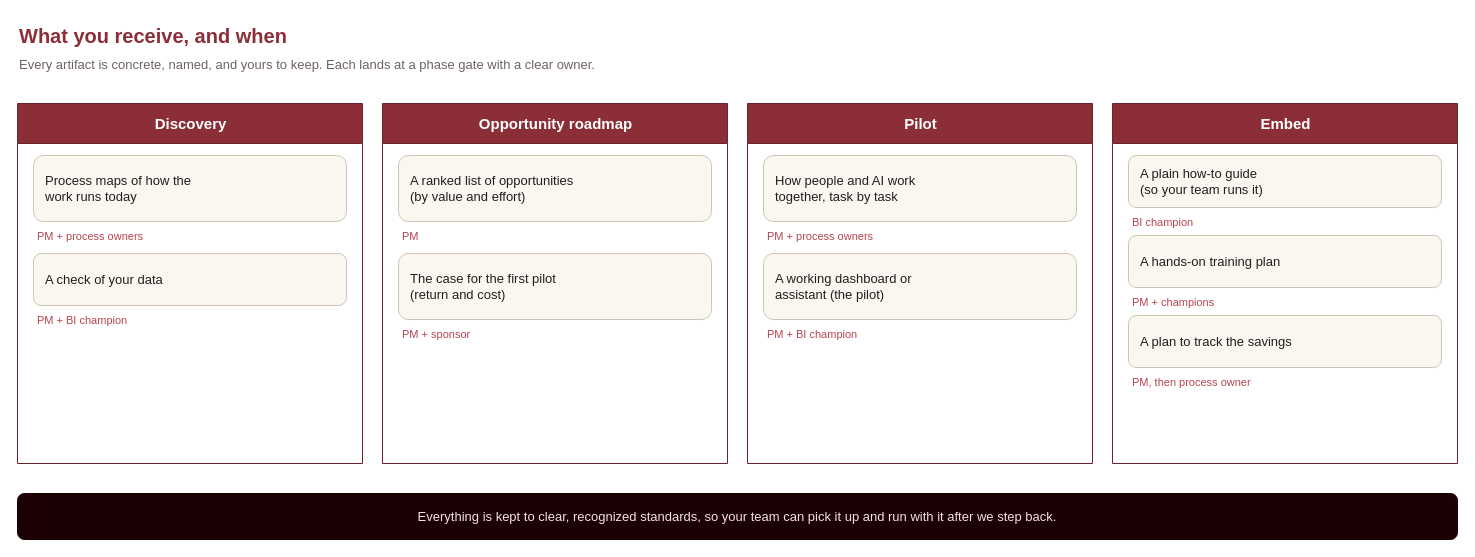
This is diagrams/7-deliverables.drawio from ademczuk/top-spirit-delivery, a draw.io file, before an edit. Source tidied: cells renumbered, new cells numbered last; positions are measured from the earlier drawing's top-left corner, leaving out a move shared by most shapes. Both pictures are drawn from the tidied source at 100%, with x=0, y=0 at pixel (17, 17).
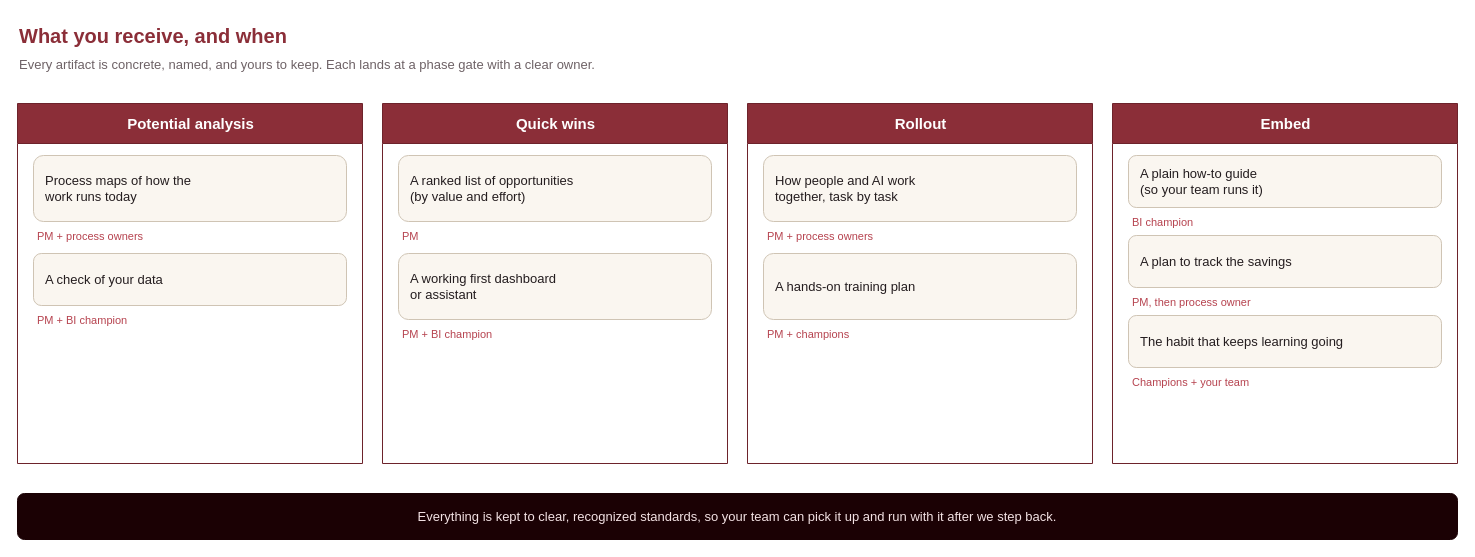
The same page after the edit.

The change refers to these unchanged cells:
```xml
<mxCell id="19" value="Embed" style="swimlane;html=1;startSize=40;fillColor=#8b2e38;swimlaneFillColor=#ffffff;strokeColor=#6d232b;fontColor=#ffffff;fontSize=15;fontStyle=1;align=center;" parent="1" vertex="1">
  <mxGeometry x="1095" y="86" width="345" height="360" as="geometry" />
</mxCell>
```

What changed in the source:
```diff
@@
-    <mxCell id="4" value="Discovery" style="swimlane;html=1;startSize=40;fillColor=#8b2e38;swimlaneFillColor=#ffffff;strokeColor=#6d232b;fontColor=#ffffff;fontSize=15;fontStyle=1;align=center;" parent="1" vertex="1">
+    <mxCell id="4" value="Potential analysis" style="swimlane;html=1;startSize=40;fillColor=#8b2e38;swimlaneFillColor=#ffffff;strokeColor=#6d232b;fontColor=#ffffff;fontSize=15;fontStyle=1;align=center;" parent="1" vertex="1">
       <mxGeometry y="86" width="345" height="360" as="geometry" />
     </mxCell>
@@
-    <mxCell id="9" value="Opportunity roadmap" style="swimlane;html=1;startSize=40;fillColor=#8b2e38;swimlaneFillColor=#ffffff;strokeColor=#6d232b;fontColor=#ffffff;fontSize=15;fontStyle=1;align=center;" parent="1" vertex="1">
+    <mxCell id="9" value="Quick wins" style="swimlane;html=1;startSize=40;fillColor=#8b2e38;swimlaneFillColor=#ffffff;strokeColor=#6d232b;fontColor=#ffffff;fontSize=15;fontStyle=1;align=center;" parent="1" vertex="1">
       <mxGeometry x="365" y="86" width="345" height="360" as="geometry" />
     </mxCell>
@@
-    <mxCell id="12" value="The case for the first pilot&#10;(return and cost)" style="rounded=1;html=1;whiteSpace=wrap;fillColor=#faf6f0;strokeColor=#cfc4b4;fontColor=#241d1f;fontSize=13;align=left;verticalAlign=middle;spacingLeft=10;" parent="9" vertex="1">
+    <mxCell id="12" value="A working first dashboard&#10;or assistant" style="rounded=1;html=1;whiteSpace=wrap;fillColor=#faf6f0;strokeColor=#cfc4b4;fontColor=#241d1f;fontSize=13;align=left;verticalAlign=middle;spacingLeft=10;" parent="9" vertex="1">
       <mxGeometry x="16" y="150" width="313" height="66" as="geometry" />
     </mxCell>
-    <mxCell id="13" value="PM + sponsor" style="text;html=1;align=left;fontColor=#b6434f;fontSize=11;" parent="9" vertex="1">
+    <mxCell id="13" value="PM + BI champion" style="text;html=1;align=left;fontColor=#b6434f;fontSize=11;" parent="9" vertex="1">
       <mxGeometry x="18" y="218" width="313" height="16" as="geometry" />
     </mxCell>
-    <mxCell id="14" value="Pilot" style="swimlane;html=1;startSize=40;fillColor=#8b2e38;swimlaneFillColor=#ffffff;strokeColor=#6d232b;fontColor=#ffffff;fontSize=15;fontStyle=1;align=center;" parent="1" vertex="1">
+    <mxCell id="14" value="Rollout" style="swimlane;html=1;startSize=40;fillColor=#8b2e38;swimlaneFillColor=#ffffff;strokeColor=#6d232b;fontColor=#ffffff;fontSize=15;fontStyle=1;align=center;" parent="1" vertex="1">
       <mxGeometry x="730" y="86" width="345" height="360" as="geometry" />
     </mxCell>
@@
-    <mxCell id="17" value="A working dashboard or&#10;assistant (the pilot)" style="rounded=1;html=1;whiteSpace=wrap;fillColor=#faf6f0;strokeColor=#cfc4b4;fontColor=#241d1f;fontSize=13;align=left;verticalAlign=middle;spacingLeft=10;" parent="14" vertex="1">
+    <mxCell id="17" value="A hands-on training plan" style="rounded=1;html=1;whiteSpace=wrap;fillColor=#faf6f0;strokeColor=#cfc4b4;fontColor=#241d1f;fontSize=13;align=left;verticalAlign=middle;spacingLeft=10;" parent="14" vertex="1">
       <mxGeometry x="16" y="150" width="313" height="66" as="geometry" />
     </mxCell>
-    <mxCell id="18" value="PM + BI champion" style="text;html=1;align=left;fontColor=#b6434f;fontSize=11;" parent="14" vertex="1">
+    <mxCell id="18" value="PM + champions" style="text;html=1;align=left;fontColor=#b6434f;fontSize=11;" parent="14" vertex="1">
       <mxGeometry x="18" y="218" width="313" height="16" as="geometry" />
     </mxCell>
@@
-    <mxCell id="22" value="A hands-on training plan" style="rounded=1;html=1;whiteSpace=wrap;fillColor=#faf6f0;strokeColor=#cfc4b4;fontColor=#241d1f;fontSize=13;align=left;verticalAlign=middle;spacingLeft=10;" parent="19" vertex="1">
+    <mxCell id="22" value="A plan to track the savings" style="rounded=1;html=1;whiteSpace=wrap;fillColor=#faf6f0;strokeColor=#cfc4b4;fontColor=#241d1f;fontSize=13;align=left;verticalAlign=middle;spacingLeft=10;" parent="19" vertex="1">
       <mxGeometry x="16" y="132" width="313" height="52" as="geometry" />
     </mxCell>
-    <mxCell id="23" value="PM + champions" style="text;html=1;align=left;fontColor=#b6434f;fontSize=11;" parent="19" vertex="1">
+    <mxCell id="23" value="PM, then process owner" style="text;html=1;align=left;fontColor=#b6434f;fontSize=11;" parent="19" vertex="1">
       <mxGeometry x="18" y="186" width="313" height="16" as="geometry" />
     </mxCell>
-    <mxCell id="24" value="A plan to track the savings" style="rounded=1;html=1;whiteSpace=wrap;fillColor=#faf6f0;strokeColor=#cfc4b4;fontColor=#241d1f;fontSize=13;align=left;verticalAlign=middle;spacingLeft=10;" parent="19" vertex="1">
+    <mxCell id="24" value="The habit that keeps learning going" style="rounded=1;html=1;whiteSpace=wrap;fillColor=#faf6f0;strokeColor=#cfc4b4;fontColor=#241d1f;fontSize=13;align=left;verticalAlign=middle;spacingLeft=10;" parent="19" vertex="1">
       <mxGeometry x="16" y="212" width="313" height="52" as="geometry" />
     </mxCell>
-    <mxCell id="25" value="PM, then process owner" style="text;html=1;align=left;fontColor=#b6434f;fontSize=11;" parent="19" vertex="1">
+    <mxCell id="25" value="Champions + your team" style="text;html=1;align=left;fontColor=#b6434f;fontSize=11;" parent="19" vertex="1">
       <mxGeometry x="18" y="266" width="313" height="16" as="geometry" />
     </mxCell>
```
